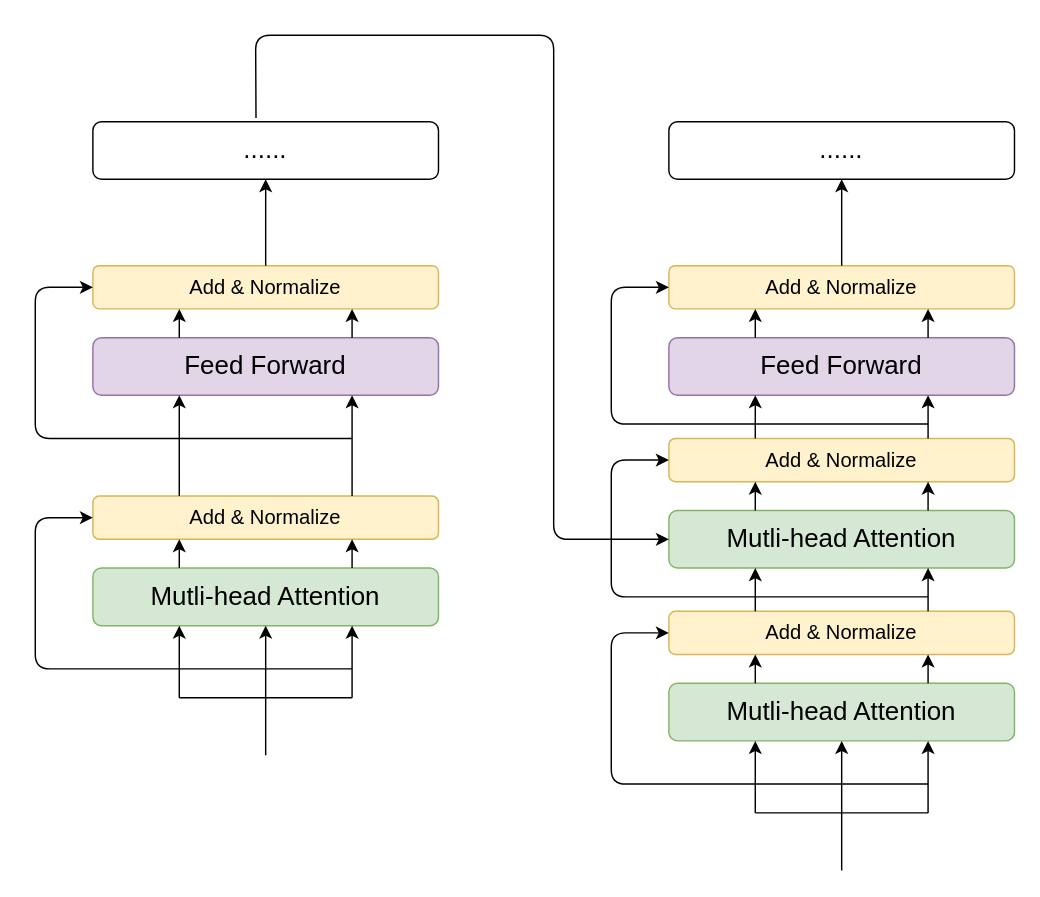
AFEDQK/TortoiseGit keeps this draw.io diagram as Untitled Diagram.drawio. Above is the earlier version. Source tidied: cells renumbered, new cells numbered last; positions are measured from the earlier drawing's top-left corner, leaving out a move shared by most shapes. Both pictures are drawn from the tidied source at 144%, with x=0, y=0 at pixel (35, 35).
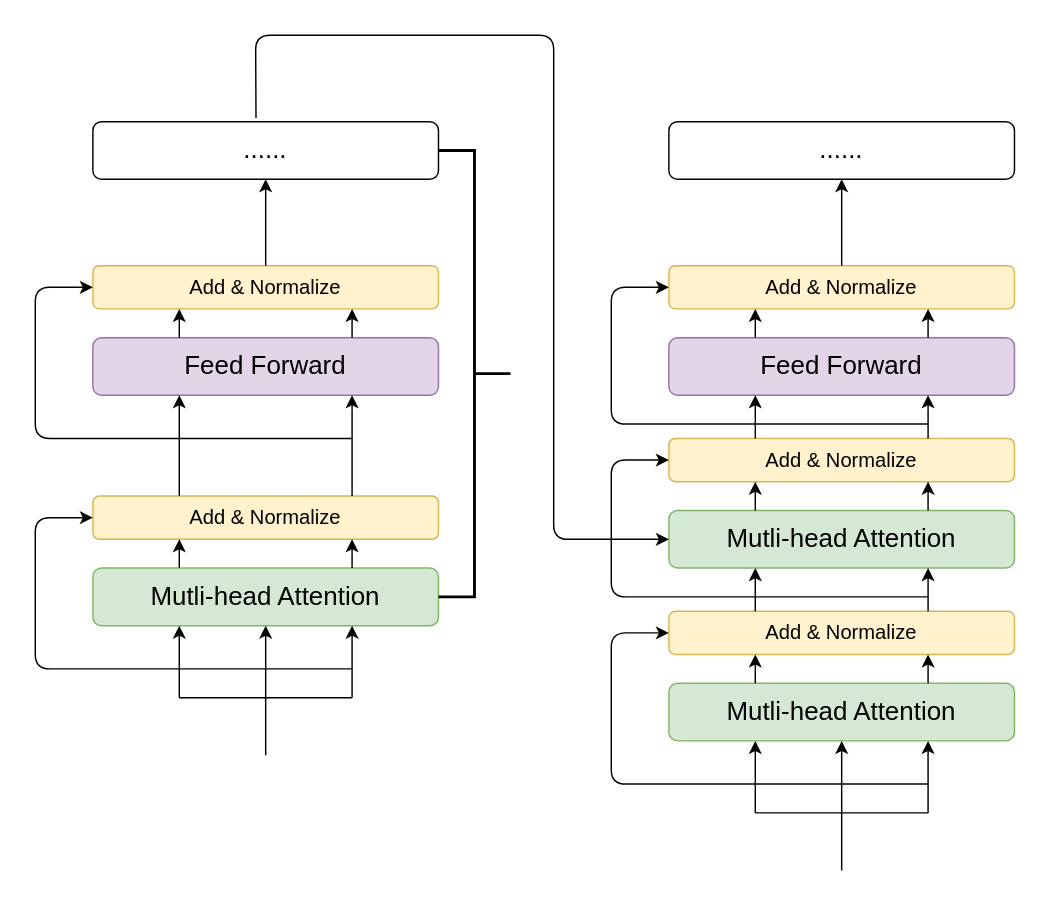
The same page after the edit.

The edit, as a diff of the source:
```diff
@@
+    <mxCell id="48" style="strokeWidth=2;html=1;shape=mxgraph.flowchart.annotation_2;align=left;labelPosition=right;rotation=-180;" parent="1" vertex="1">
+      <mxGeometry x="280" y="80" width="50" height="310" as="geometry" />
+    </mxCell>
```
